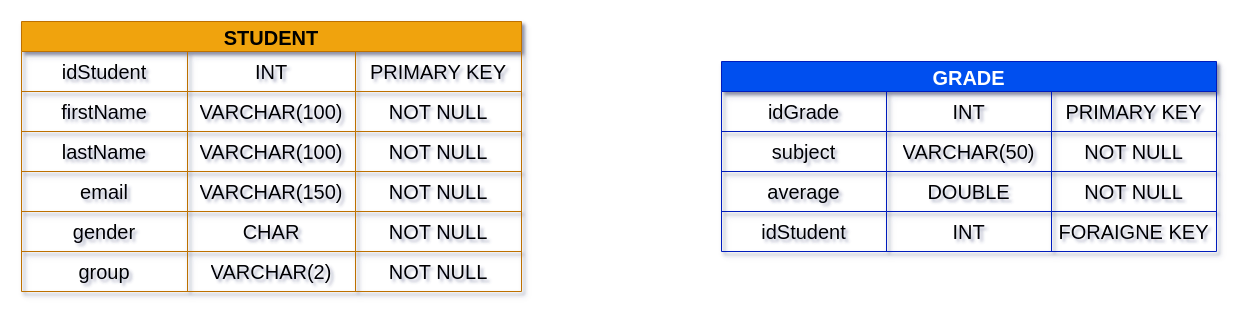
This is Base.drawio from Daris02/SpringProject, a draw.io file, before an edit. Source tidied: cells renumbered, new cells numbered last; positions are measured from the earlier drawing's top-left corner, leaving out a move shared by most shapes. Both pictures are drawn from the tidied source at 100%, with x=0, y=0 at pixel (21, 21).
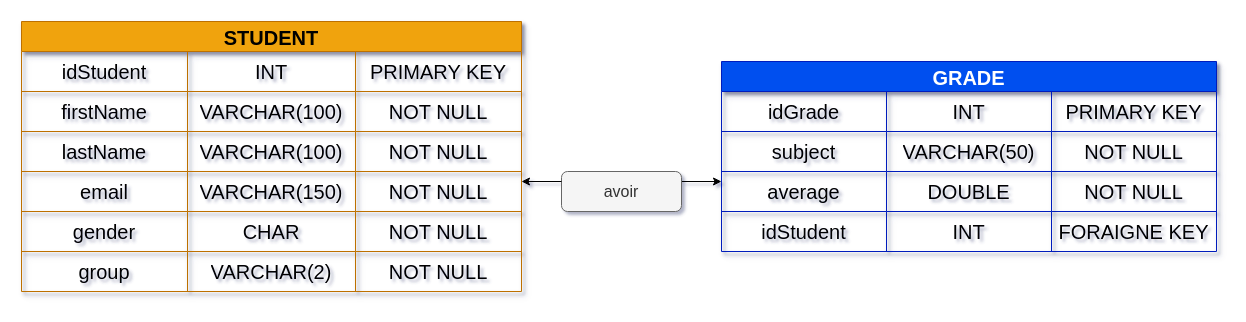
After the change.

Commit message (it also covers changes not shown here):
update schema database

The change refers to these unchanged cells:
```xml
<mxCell id="15" style="shape=partialRectangle;html=1;whiteSpace=wrap;fillColor=none;top=0;left=0;bottom=0;right=0;points=[[0,0.5],[1,0.5]];portConstraint=eastwest;shadow=1;fontSize=20;rounded=0;" parent="2" vertex="1">
  <mxGeometry y="150" width="500" height="40" as="geometry" />
</mxCell>
<mxCell id="36" style="shape=partialRectangle;html=1;whiteSpace=wrap;fillColor=none;top=0;left=0;bottom=0;right=0;points=[[0,0.5],[1,0.5]];portConstraint=eastwest;shadow=1;fontSize=20;rounded=0;" parent="27" vertex="1">
  <mxGeometry y="110" width="495" height="40" as="geometry" />
</mxCell>
```

Change to the diagram source:
```diff
@@
-<mxGraphModel shadow="1">
+<mxGraphModel background="#ffffff" shadow="1">
@@
+    <mxCell id="44" style="endArrow=classic;startArrow=none;html=1;exitX=1;exitY=0.25;exitDx=0;exitDy=0;exitPerimeter=0;entryX=0;entryY=0.25;entryDx=0;entryDy=0;entryPerimeter=0;" parent="1" edge="1" source="45" target="36">
+      <mxGeometry relative="1" as="geometry" />
+    </mxCell>
+    <mxCell id="45" value="avoir" style="rounded=1;whiteSpace=wrap;html=1;fontSize=16;fillColor=#f5f5f5;fontColor=#333333;strokeColor=#666666;" parent="1" vertex="1">
+      <mxGeometry x="540" y="150" width="120" height="40" as="geometry" />
+    </mxCell>
+    <mxCell id="46" style="endArrow=none;startArrow=classic;html=1;exitX=1;exitY=0.25;exitDx=0;exitDy=0;exitPerimeter=0;entryX=0;entryY=0.25;entryDx=0;entryDy=0;entryPerimeter=0;" parent="1" edge="1" source="15" target="45">
+      <mxGeometry relative="1" as="geometry" />
+    </mxCell>
```
